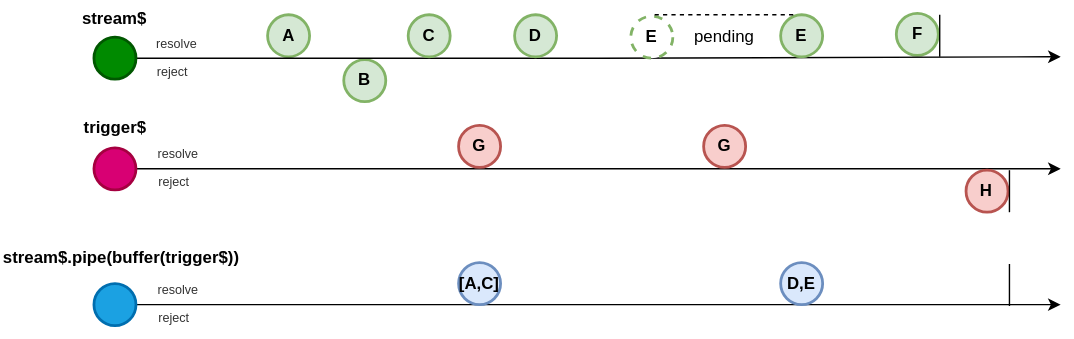
Earlier version of the draw.io export docs/public/buffer.drawio.svg (fluthjs/fluth-doc). Source tidied: cells renumbered, new cells last; positions are measured from the earlier drawing's top-left corner, leaving out a move shared by most shapes. The source it was exported from:
```xml
<mxGraphModel>
  <root>
    <mxCell id="0" />
    <mxCell id="1" parent="0" />
    <mxCell id="2" style="edgeStyle=orthogonalEdgeStyle;rounded=0;jettySize=auto;html=1;exitX=1;exitY=0.5;exitDx=0;exitDy=0;" parent="1" edge="1" source="5">
      <mxGeometry relative="1" as="geometry">
        <mxPoint x="758" y="120" as="targetPoint" />
        <Array as="points">
          <mxPoint x="107.4" y="120" />
        </Array>
      </mxGeometry>
    </mxCell>
    <mxCell id="3" value="&lt;b&gt;stream$&lt;/b&gt;" style="text;html=1;align=center;verticalAlign=middle;whiteSpace=wrap;rounded=0;" parent="1" vertex="1">
      <mxGeometry x="0.1" width="165" height="26" as="geometry" />
    </mxCell>
    <mxCell id="4" value="&lt;b&gt;trigger$&lt;/b&gt;" style="text;html=1;align=center;verticalAlign=middle;whiteSpace=wrap;rounded=0;" parent="1" vertex="1">
      <mxGeometry x="7.6" y="78" width="150" height="26" as="geometry" />
    </mxCell>
    <mxCell id="5" style="ellipse;whiteSpace=wrap;html=1;strokeWidth=2;fontStyle=1;fillColor=#d80073;fontColor=#ffffff;strokeColor=#A50040;" parent="1" vertex="1">
      <mxGeometry x="67.6" y="105" width="30" height="30" as="geometry" />
    </mxCell>
    <mxCell id="6" value="A" style="ellipse;whiteSpace=wrap;html=1;strokeWidth=2;fontStyle=1;fillColor=#d5e8d4;strokeColor=#82b366;" parent="1" vertex="1">
      <mxGeometry x="191.6" y="10" width="30" height="30" as="geometry" />
    </mxCell>
    <mxCell id="7" value="B" style="ellipse;whiteSpace=wrap;html=1;strokeWidth=2;fontStyle=1;fillColor=#d5e8d4;strokeColor=#82b366;" parent="1" vertex="1">
      <mxGeometry x="246" y="42" width="30" height="30" as="geometry" />
    </mxCell>
    <mxCell id="8" value="F" style="ellipse;whiteSpace=wrap;html=1;strokeWidth=2;fontStyle=1;fillColor=#d5e8d4;strokeColor=#82b366;" parent="1" vertex="1">
      <mxGeometry x="640.6" y="9" width="30" height="30" as="geometry" />
    </mxCell>
    <mxCell id="9" value="G" style="ellipse;whiteSpace=wrap;html=1;strokeWidth=2;fontStyle=1;fillColor=#f8cecc;strokeColor=#b85450;" parent="1" vertex="1">
      <mxGeometry x="328" y="89" width="30" height="30" as="geometry" />
    </mxCell>
    <mxCell id="10" value="H" style="ellipse;whiteSpace=wrap;html=1;strokeWidth=2;fontStyle=1;fillColor=#f8cecc;strokeColor=#b85450;" parent="1" vertex="1">
      <mxGeometry x="690.4" y="121" width="30" height="30" as="geometry" />
    </mxCell>
    <mxCell id="11" style="endArrow=none;html=1;rounded=0;strokeWidth=1;" parent="1" edge="1">
      <mxGeometry relative="1" as="geometry">
        <mxPoint x="671.6" y="40" as="sourcePoint" />
        <mxPoint x="671.6" y="10" as="targetPoint" />
      </mxGeometry>
    </mxCell>
    <mxCell id="12" style="endArrow=none;html=1;rounded=0;strokeWidth=1;" parent="1" edge="1">
      <mxGeometry relative="1" as="geometry">
        <mxPoint x="721.4" y="151" as="sourcePoint" />
        <mxPoint x="721.4" y="121" as="targetPoint" />
      </mxGeometry>
    </mxCell>
    <mxCell id="13" value="stream$.pipe(buffer(trigger$))" style="text;whiteSpace=wrap;strokeWidth=1;fontStyle=1;" parent="1" vertex="1">
      <mxGeometry x="1" y="170" width="213.2" height="32" as="geometry" />
    </mxCell>
    <mxCell id="14" style="edgeStyle=orthogonalEdgeStyle;rounded=0;jettySize=auto;html=1;" parent="1" edge="1" source="15">
      <mxGeometry relative="1" as="geometry">
        <mxPoint x="758" y="217" as="targetPoint" />
      </mxGeometry>
    </mxCell>
    <mxCell id="15" style="ellipse;whiteSpace=wrap;html=1;strokeWidth=2;fontStyle=1;fillColor=#1ba1e2;fontColor=#ffffff;strokeColor=#006EAF;" parent="1" vertex="1">
      <mxGeometry x="67.6" y="202" width="30" height="30" as="geometry" />
    </mxCell>
    <mxCell id="16" value="&lt;span style=&quot;color: rgb(0, 0, 0);&quot;&gt;[A,C]&lt;/span&gt;" style="ellipse;whiteSpace=wrap;html=1;strokeWidth=2;fontStyle=1;fillColor=#dae8fc;strokeColor=#6c8ebf;" parent="1" vertex="1">
      <mxGeometry x="328" y="187" width="30" height="30" as="geometry" />
    </mxCell>
    <mxCell id="17" style="endArrow=none;html=1;rounded=0;strokeWidth=1;" parent="1" edge="1">
      <mxGeometry relative="1" as="geometry">
        <mxPoint x="721.4" y="218" as="sourcePoint" />
        <mxPoint x="721.4" y="188" as="targetPoint" />
      </mxGeometry>
    </mxCell>
    <mxCell id="18" value="resolve" style="text;html=1;align=center;verticalAlign=middle;whiteSpace=wrap;rounded=0;fontSize=9;fontColor=#333333;" parent="1" vertex="1">
      <mxGeometry x="96.8" y="16" width="60" height="30" as="geometry" />
    </mxCell>
    <mxCell id="19" value="reject" style="text;html=1;align=center;verticalAlign=middle;whiteSpace=wrap;rounded=0;fontSize=9;fontColor=#333333;" parent="1" vertex="1">
      <mxGeometry x="93.8" y="36" width="60" height="30" as="geometry" />
    </mxCell>
    <mxCell id="20" style="edgeStyle=orthogonalEdgeStyle;rounded=0;jettySize=auto;html=1;" parent="1" edge="1" source="21">
      <mxGeometry relative="1" as="geometry">
        <mxPoint x="758" y="40" as="targetPoint" />
      </mxGeometry>
    </mxCell>
    <mxCell id="21" style="ellipse;whiteSpace=wrap;html=1;strokeWidth=2;fontStyle=1;fillColor=#008a00;fontColor=#ffffff;strokeColor=#005700;" parent="1" vertex="1">
      <mxGeometry x="67.6" y="26" width="30" height="30" as="geometry" />
    </mxCell>
    <mxCell id="22" value="resolve" style="text;html=1;align=center;verticalAlign=middle;whiteSpace=wrap;rounded=0;fontSize=9;fontColor=#333333;" parent="1" vertex="1">
      <mxGeometry x="98.3" y="95" width="60" height="30" as="geometry" />
    </mxCell>
    <mxCell id="23" value="reject" style="text;html=1;align=center;verticalAlign=middle;whiteSpace=wrap;rounded=0;fontSize=9;fontColor=#333333;" parent="1" vertex="1">
      <mxGeometry x="95.3" y="115" width="60" height="30" as="geometry" />
    </mxCell>
    <mxCell id="24" value="resolve" style="text;html=1;align=center;verticalAlign=middle;whiteSpace=wrap;rounded=0;fontSize=9;fontColor=#333333;" parent="1" vertex="1">
      <mxGeometry x="98.3" y="192" width="60" height="30" as="geometry" />
    </mxCell>
    <mxCell id="25" value="reject" style="text;html=1;align=center;verticalAlign=middle;whiteSpace=wrap;rounded=0;fontSize=9;fontColor=#333333;" parent="1" vertex="1">
      <mxGeometry x="95.3" y="212" width="60" height="30" as="geometry" />
    </mxCell>
    <mxCell id="26" value="E" style="ellipse;whiteSpace=wrap;html=1;strokeWidth=2;fontStyle=1;fillColor=#d5e8d4;strokeColor=#82b366;" parent="1" vertex="1">
      <mxGeometry x="558" y="10" width="30" height="30" as="geometry" />
    </mxCell>
    <mxCell id="27" value="E" style="ellipse;whiteSpace=wrap;html=1;strokeWidth=2;fontStyle=1;fillColor=#FFFFFF;strokeColor=#82b366;dashed=1;" parent="1" vertex="1">
      <mxGeometry x="451" y="11" width="30" height="30" as="geometry" />
    </mxCell>
    <mxCell id="28" style="endArrow=none;dashed=1;html=1;" parent="1" edge="1">
      <mxGeometry relative="1" as="geometry">
        <mxPoint x="468" y="10" as="sourcePoint" />
        <mxPoint x="568" y="10" as="targetPoint" />
      </mxGeometry>
    </mxCell>
    <mxCell id="29" value="pending" style="text;html=1;align=center;verticalAlign=middle;whiteSpace=wrap;rounded=0;" parent="1" vertex="1">
      <mxGeometry x="488" y="11" width="60" height="30" as="geometry" />
    </mxCell>
    <mxCell id="30" value="G" style="ellipse;whiteSpace=wrap;html=1;strokeWidth=2;fontStyle=1;fillColor=#f8cecc;strokeColor=#b85450;" parent="1" vertex="1">
      <mxGeometry x="503" y="89" width="30" height="30" as="geometry" />
    </mxCell>
    <mxCell id="31" value="D,E" style="ellipse;whiteSpace=wrap;html=1;strokeWidth=2;fontStyle=1;fillColor=#dae8fc;strokeColor=#6c8ebf;" parent="1" vertex="1">
      <mxGeometry x="558" y="187" width="30" height="30" as="geometry" />
    </mxCell>
    <mxCell id="32" value="C" style="ellipse;whiteSpace=wrap;html=1;strokeWidth=2;fontStyle=1;fillColor=#d5e8d4;strokeColor=#82b366;" parent="1" vertex="1">
      <mxGeometry x="292" y="10" width="30" height="30" as="geometry" />
    </mxCell>
    <mxCell id="33" value="D" style="ellipse;whiteSpace=wrap;html=1;strokeWidth=2;fontStyle=1;fillColor=#d5e8d4;strokeColor=#82b366;" parent="1" vertex="1">
      <mxGeometry x="368" y="10" width="30" height="30" as="geometry" />
    </mxCell>
  </root>
</mxGraphModel>
```
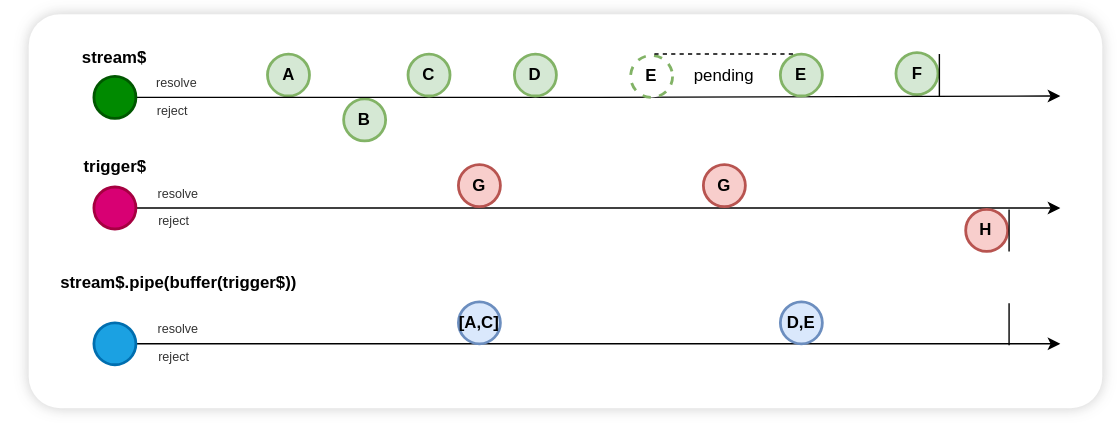
After the commit.

Change to the diagram source:
```diff
@@ -2,6 +2,9 @@
   <root>
     <mxCell id="0" />
     <mxCell id="1" parent="0" />
+    <mxCell id="34" style="rounded=1;whiteSpace=wrap;html=1;fontFamily=Helvetica;fontSize=11;fontColor=default;labelBackgroundColor=default;arcSize=8;shadow=1;glass=0;strokeColor=none;shadowOffsetX=0;shadowOffsetY=0;shadowBlur=5;shadowColor=#333333;" parent="1" vertex="1">
+      <mxGeometry x="21" y="-18.5" width="767" height="281.5" as="geometry" />
+    </mxCell>
     <mxCell id="2" style="edgeStyle=orthogonalEdgeStyle;rounded=0;jettySize=auto;html=1;exitX=1;exitY=0.5;exitDx=0;exitDy=0;" parent="1" edge="1" source="5">
       <mxGeometry relative="1" as="geometry">
         <mxPoint x="758" y="120" as="targetPoint" />
@@ -47,7 +50,7 @@
       </mxGeometry>
     </mxCell>
     <mxCell id="13" value="stream$.pipe(buffer(trigger$))" style="text;whiteSpace=wrap;strokeWidth=1;fontStyle=1;" parent="1" vertex="1">
-      <mxGeometry x="1" y="170" width="213.2" height="32" as="geometry" />
+      <mxGeometry x="41.8" y="160" width="213.2" height="32" as="geometry" />
     </mxCell>
     <mxCell id="14" style="edgeStyle=orthogonalEdgeStyle;rounded=0;jettySize=auto;html=1;" parent="1" edge="1" source="15">
       <mxGeometry relative="1" as="geometry">
```
